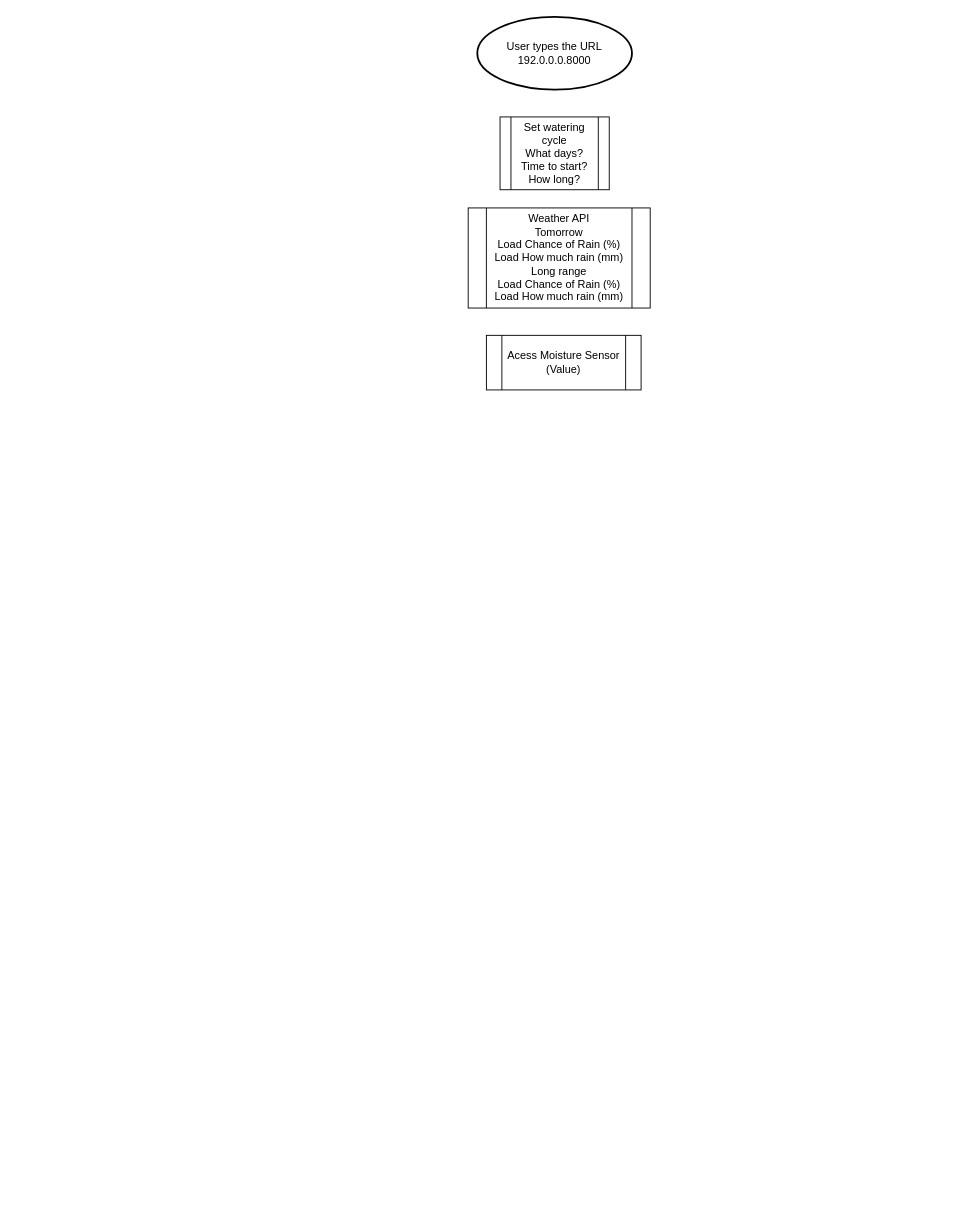
Before: smart_irrigation.drawio in GeorginaFox/at1, a draw.io diagram. Source tidied: cells renumbered, new cells numbered last; positions are measured from the earlier drawing's top-left corner, leaving out a move shared by most shapes. Both pictures are drawn from the tidied source at 91%, with x=0, y=0 at pixel (468, 16).
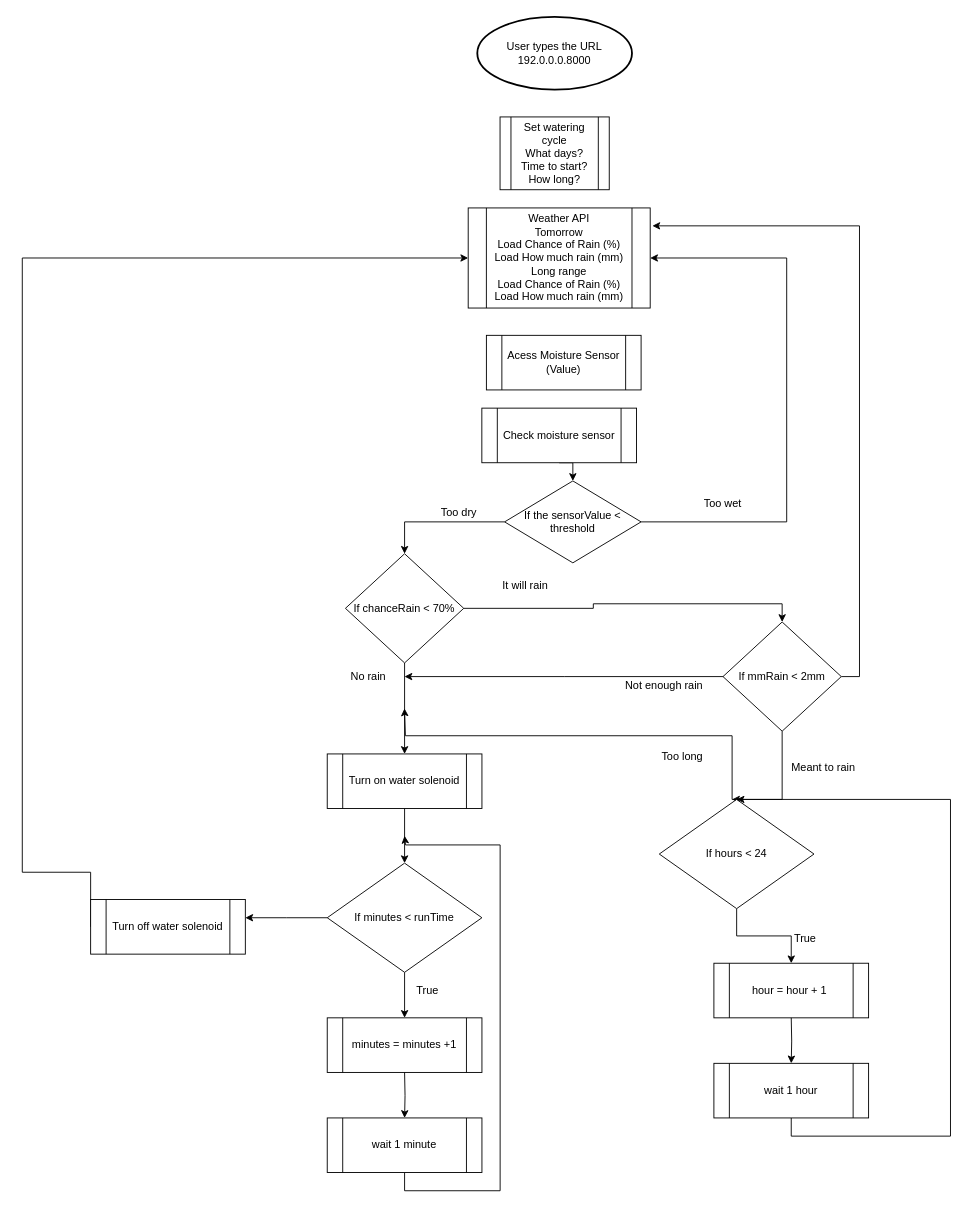
The same page after the edit.

The change refers to these unchanged cells:
```xml
<mxCell id="4" value="&lt;div&gt;Weather API&lt;/div&gt;&lt;div&gt;Tomorrow&lt;/div&gt;Load Chance of Rain (%)&lt;div&gt;Load How much rain (mm)&lt;/div&gt;&lt;div&gt;Long range&lt;/div&gt;&lt;div&gt;Load Chance of Rain (%)&lt;div&gt;Load How much rain (mm)&lt;/div&gt;&lt;/div&gt;" style="shape=process;whiteSpace=wrap;html=1;backgroundOutline=1;" parent="1" vertex="1">
  <mxGeometry y="210" width="200" height="110" as="geometry" />
</mxCell>
```

The edit, as a diff of the source:
```diff
@@
+    <mxCell id="6" style="edgeStyle=orthogonalEdgeStyle;rounded=0;jettySize=auto;html=1;exitX=0;exitY=0.5;exitDx=0;exitDy=0;entryX=0.5;entryY=0;entryDx=0;entryDy=0;" parent="1" edge="1" source="8" target="11">
+      <mxGeometry relative="1" as="geometry" />
+    </mxCell>
+    <mxCell id="7" style="edgeStyle=orthogonalEdgeStyle;rounded=0;jettySize=auto;html=1;exitX=1;exitY=0.5;exitDx=0;exitDy=0;entryX=1;entryY=0.5;entryDx=0;entryDy=0;" parent="1" edge="1" source="8" target="4">
+      <mxGeometry relative="1" as="geometry">
+        <Array as="points">
+          <mxPoint x="350" y="555" />
+          <mxPoint x="350" y="265" />
+        </Array>
+      </mxGeometry>
+    </mxCell>
+    <mxCell id="8" value="If the sensorValue &amp;lt; threshold" style="rhombus;whiteSpace=wrap;html=1;" parent="1" vertex="1">
+      <mxGeometry x="40" y="510" width="150" height="90" as="geometry" />
+    </mxCell>
+    <mxCell id="9" style="edgeStyle=orthogonalEdgeStyle;rounded=0;jettySize=auto;html=1;exitX=0.5;exitY=1;exitDx=0;exitDy=0;entryX=0.5;entryY=0;entryDx=0;entryDy=0;" parent="1" edge="1" source="11" target="13">
+      <mxGeometry relative="1" as="geometry" />
+    </mxCell>
+    <mxCell id="10" style="edgeStyle=orthogonalEdgeStyle;rounded=0;jettySize=auto;html=1;exitX=1;exitY=0.5;exitDx=0;exitDy=0;entryX=0.5;entryY=0;entryDx=0;entryDy=0;" parent="1" edge="1" source="11" target="31">
+      <mxGeometry relative="1" as="geometry" />
+    </mxCell>
+    <mxCell id="11" value="If chanceRain &amp;lt; 70%" style="rhombus;whiteSpace=wrap;html=1;" parent="1" vertex="1">
+      <mxGeometry x="-134.9" y="590" width="130" height="120" as="geometry" />
+    </mxCell>
+    <mxCell id="12" value="Too dry" style="text;html=1;align=center;verticalAlign=middle;whiteSpace=wrap;rounded=0;" parent="1" vertex="1">
+      <mxGeometry x="-40" y="530" width="60" height="30" as="geometry" />
+    </mxCell>
+    <mxCell id="13" value="Turn on water solenoid" style="shape=process;whiteSpace=wrap;html=1;backgroundOutline=1;" parent="1" vertex="1">
+      <mxGeometry x="-154.9" y="810" width="170" height="60" as="geometry" />
+    </mxCell>
+    <mxCell id="14" style="edgeStyle=orthogonalEdgeStyle;rounded=0;jettySize=auto;html=1;exitX=0.5;exitY=1;exitDx=0;exitDy=0;entryX=0.5;entryY=0;entryDx=0;entryDy=0;" parent="1" edge="1" source="15" target="8">
+      <mxGeometry relative="1" as="geometry" />
+    </mxCell>
+    <mxCell id="15" value="Check moisture sensor" style="shape=process;whiteSpace=wrap;html=1;backgroundOutline=1;" parent="1" vertex="1">
+      <mxGeometry x="15" y="430" width="170" height="60" as="geometry" />
+    </mxCell>
+    <mxCell id="16" style="edgeStyle=orthogonalEdgeStyle;rounded=0;jettySize=auto;html=1;exitX=0.5;exitY=1;exitDx=0;exitDy=0;entryX=0.5;entryY=0;entryDx=0;entryDy=0;" parent="1" edge="1" source="13" target="19">
+      <mxGeometry relative="1" as="geometry" />
+    </mxCell>
+    <mxCell id="17" style="edgeStyle=orthogonalEdgeStyle;rounded=0;jettySize=auto;html=1;exitX=0.5;exitY=1;exitDx=0;exitDy=0;entryX=0.5;entryY=0;entryDx=0;entryDy=0;" parent="1" edge="1" source="19" target="20">
+      <mxGeometry relative="1" as="geometry" />
+    </mxCell>
+    <mxCell id="18" style="edgeStyle=orthogonalEdgeStyle;rounded=0;jettySize=auto;html=1;exitX=0;exitY=0.5;exitDx=0;exitDy=0;" parent="1" edge="1" source="19">
+      <mxGeometry relative="1" as="geometry">
+        <mxPoint x="-244.9" y="990" as="targetPoint" />
+      </mxGeometry>
+    </mxCell>
+    <mxCell id="19" value="If minutes &amp;lt; runTime" style="rhombus;whiteSpace=wrap;html=1;" parent="1" vertex="1">
+      <mxGeometry x="-154.9" y="930" width="170" height="120" as="geometry" />
+    </mxCell>
+    <mxCell id="20" value="minutes = minutes +1" style="shape=process;whiteSpace=wrap;html=1;backgroundOutline=1;" parent="1" vertex="1">
+      <mxGeometry x="-154.9" y="1100" width="170" height="60" as="geometry" />
+    </mxCell>
+    <mxCell id="21" style="edgeStyle=orthogonalEdgeStyle;rounded=0;jettySize=auto;html=1;exitX=0.5;exitY=1;exitDx=0;exitDy=0;entryX=0.5;entryY=0;entryDx=0;entryDy=0;" parent="1" edge="1" target="23">
+      <mxGeometry relative="1" as="geometry">
+        <mxPoint x="-69.9" y="1160" as="sourcePoint" />
+      </mxGeometry>
+    </mxCell>
+    <mxCell id="22" style="edgeStyle=orthogonalEdgeStyle;rounded=0;jettySize=auto;html=1;exitX=0.5;exitY=1;exitDx=0;exitDy=0;" parent="1" edge="1" source="23">
+      <mxGeometry relative="1" as="geometry">
+        <mxPoint x="-69.9" y="900" as="targetPoint" />
+        <Array as="points">
+          <mxPoint x="-69.9" y="1290" />
+          <mxPoint x="35.1" y="1290" />
+          <mxPoint x="35.1" y="910" />
+          <mxPoint x="-68.9" y="910" />
+        </Array>
+      </mxGeometry>
+    </mxCell>
+    <mxCell id="23" value="wait 1 minute" style="shape=process;whiteSpace=wrap;html=1;backgroundOutline=1;" parent="1" vertex="1">
+      <mxGeometry x="-154.9" y="1210" width="170" height="60" as="geometry" />
+    </mxCell>
+    <mxCell id="24" style="edgeStyle=orthogonalEdgeStyle;rounded=0;jettySize=auto;html=1;exitX=0;exitY=0.5;exitDx=0;exitDy=0;entryX=0;entryY=0.5;entryDx=0;entryDy=0;" parent="1" edge="1" source="25" target="4">
+      <mxGeometry relative="1" as="geometry">
+        <Array as="points">
+          <mxPoint x="-490" y="940" />
+          <mxPoint x="-490" y="265" />
+        </Array>
+      </mxGeometry>
+    </mxCell>
+    <mxCell id="25" value="Turn off water solenoid" style="shape=process;whiteSpace=wrap;html=1;backgroundOutline=1;" parent="1" vertex="1">
+      <mxGeometry x="-414.9" y="970" width="170" height="60" as="geometry" />
+    </mxCell>
+    <mxCell id="26" value="Too wet" style="text;html=1;align=center;verticalAlign=middle;whiteSpace=wrap;rounded=0;" parent="1" vertex="1">
+      <mxGeometry x="250" y="520" width="60" height="30" as="geometry" />
+    </mxCell>
+    <mxCell id="27" value="It will rain" style="text;html=1;align=center;verticalAlign=middle;whiteSpace=wrap;rounded=0;" parent="1" vertex="1">
+      <mxGeometry x="33" y="610" width="60" height="30" as="geometry" />
+    </mxCell>
+    <mxCell id="28" style="edgeStyle=orthogonalEdgeStyle;rounded=0;jettySize=auto;html=1;exitX=0;exitY=0.5;exitDx=0;exitDy=0;" parent="1" edge="1" source="31">
+      <mxGeometry relative="1" as="geometry">
+        <mxPoint x="-70" y="725" as="targetPoint" />
+      </mxGeometry>
+    </mxCell>
+    <mxCell id="29" style="edgeStyle=orthogonalEdgeStyle;rounded=0;jettySize=auto;html=1;exitX=1;exitY=0.5;exitDx=0;exitDy=0;entryX=1.012;entryY=0.179;entryDx=0;entryDy=0;entryPerimeter=0;" parent="1" edge="1" source="31" target="4">
+      <mxGeometry relative="1" as="geometry">
+        <Array as="points">
+          <mxPoint x="430" y="725" />
+          <mxPoint x="430" y="230" />
+        </Array>
+      </mxGeometry>
+    </mxCell>
+    <mxCell id="30" style="edgeStyle=orthogonalEdgeStyle;rounded=0;jettySize=auto;html=1;exitX=0.5;exitY=1;exitDx=0;exitDy=0;" parent="1" edge="1" source="31">
+      <mxGeometry relative="1" as="geometry">
+        <mxPoint x="290" y="860" as="targetPoint" />
+        <Array as="points">
+          <mxPoint x="345" y="860" />
+        </Array>
+      </mxGeometry>
+    </mxCell>
+    <mxCell id="31" value="If mmRain &amp;lt; 2mm" style="rhombus;whiteSpace=wrap;html=1;" parent="1" vertex="1">
+      <mxGeometry x="280" y="665" width="130" height="120" as="geometry" />
+    </mxCell>
+    <mxCell id="32" value="Not enough rain" style="text;html=1;align=center;verticalAlign=middle;strokeColor=none;fillColor=none;" parent="1" vertex="1">
+      <mxGeometry x="160" y="720" width="110" height="30" as="geometry" />
+    </mxCell>
+    <mxCell id="33" value="No rain" style="text;html=1;align=center;verticalAlign=middle;strokeColor=none;fillColor=none;" parent="1" vertex="1">
+      <mxGeometry x="-140" y="710" width="60" height="30" as="geometry" />
+    </mxCell>
+    <mxCell id="34" style="edgeStyle=orthogonalEdgeStyle;rounded=0;jettySize=auto;html=1;exitX=0.5;exitY=1;exitDx=0;exitDy=0;entryX=0.5;entryY=0;entryDx=0;entryDy=0;" parent="1" edge="1" source="36" target="37">
+      <mxGeometry relative="1" as="geometry" />
+    </mxCell>
+    <mxCell id="35" style="edgeStyle=orthogonalEdgeStyle;rounded=0;jettySize=auto;html=1;exitX=0.5;exitY=0;exitDx=0;exitDy=0;" parent="1" edge="1" source="36">
+      <mxGeometry relative="1" as="geometry">
+        <mxPoint x="-70" y="760" as="targetPoint" />
+        <Array as="points">
+          <mxPoint x="290" y="860" />
+          <mxPoint x="290" y="790" />
+          <mxPoint x="-69" y="790" />
+          <mxPoint x="-69" y="760" />
+        </Array>
+      </mxGeometry>
+    </mxCell>
+    <mxCell id="36" value="If hours &amp;lt; 24" style="rhombus;whiteSpace=wrap;html=1;" parent="1" vertex="1">
+      <mxGeometry x="210" y="860" width="170" height="120" as="geometry" />
+    </mxCell>
+    <mxCell id="37" value="hour = hour + 1&amp;nbsp;" style="shape=process;whiteSpace=wrap;html=1;backgroundOutline=1;" parent="1" vertex="1">
+      <mxGeometry x="270" y="1040" width="170" height="60" as="geometry" />
+    </mxCell>
+    <mxCell id="38" style="edgeStyle=orthogonalEdgeStyle;rounded=0;jettySize=auto;html=1;exitX=0.5;exitY=1;exitDx=0;exitDy=0;entryX=0.5;entryY=0;entryDx=0;entryDy=0;" parent="1" edge="1" target="40">
+      <mxGeometry relative="1" as="geometry">
+        <mxPoint x="355" y="1100" as="sourcePoint" />
+      </mxGeometry>
+    </mxCell>
+    <mxCell id="39" style="edgeStyle=orthogonalEdgeStyle;rounded=0;jettySize=auto;html=1;exitX=0.5;exitY=1;exitDx=0;exitDy=0;entryX=0.5;entryY=0;entryDx=0;entryDy=0;" parent="1" edge="1" source="40" target="36">
+      <mxGeometry relative="1" as="geometry">
+        <Array as="points">
+          <mxPoint x="355" y="1230" />
+          <mxPoint x="530" y="1230" />
+          <mxPoint x="530" y="860" />
+        </Array>
+      </mxGeometry>
+    </mxCell>
+    <mxCell id="40" value="wait 1 hour" style="shape=process;whiteSpace=wrap;html=1;backgroundOutline=1;" parent="1" vertex="1">
+      <mxGeometry x="270" y="1150" width="170" height="60" as="geometry" />
+    </mxCell>
+    <mxCell id="41" value="True" style="text;html=1;align=center;verticalAlign=middle;strokeColor=none;fillColor=none;" parent="1" vertex="1">
+      <mxGeometry x="345" y="998" width="50" height="30" as="geometry" />
+    </mxCell>
+    <mxCell id="42" value="True" style="text;html=1;align=center;verticalAlign=middle;strokeColor=none;fillColor=none;" parent="1" vertex="1">
+      <mxGeometry x="-70" y="1055" width="50" height="30" as="geometry" />
+    </mxCell>
+    <mxCell id="43" value="Too long" style="text;html=1;align=center;verticalAlign=middle;strokeColor=none;fillColor=none;" parent="1" vertex="1">
+      <mxGeometry x="200" y="798" width="70" height="30" as="geometry" />
+    </mxCell>
+    <mxCell id="44" value="Meant to rain" style="text;html=1;align=center;verticalAlign=middle;strokeColor=none;fillColor=none;" parent="1" vertex="1">
+      <mxGeometry x="345" y="810" width="90" height="30" as="geometry" />
+    </mxCell>
```
